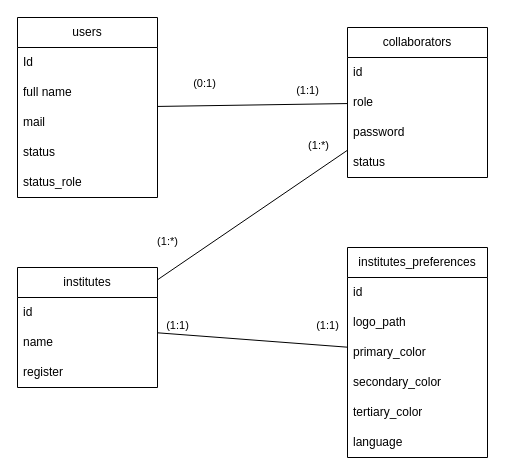
lkevinvinagre/vottech keeps this draw.io diagram as docs/diagram/users_database.dio. Above is the earlier version. Source tidied: cells renumbered, new cells numbered last; positions are measured from the earlier drawing's top-left corner, leaving out a move shared by most shapes. Both pictures are drawn from the tidied source at 100%, with x=0, y=0 at pixel (17, 17).
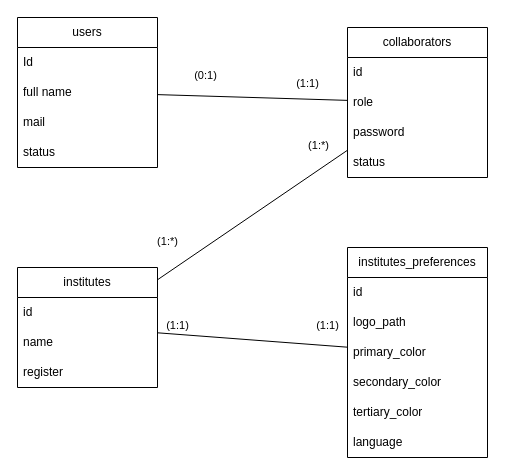
The same page after the edit.

The edit, as a diff of the source:
```diff
@@
     <mxCell id="5" value="users" style="swimlane;fontStyle=0;horizontal=1;startSize=30;whiteSpace=wrap;html=1;" parent="1" vertex="1">
-      <mxGeometry width="140" height="180" as="geometry" />
+      <mxGeometry width="140" height="150" as="geometry" />
     </mxCell>
@@
-    <mxCell id="10" value="status_role" style="text;strokeColor=none;fillColor=none;align=left;verticalAlign=middle;spacingLeft=4;spacingRight=4;overflow=hidden;whiteSpace=wrap;html=1;" parent="5" vertex="1">
-      <mxGeometry y="150" width="140" height="30" as="geometry" />
-    </mxCell>
```
